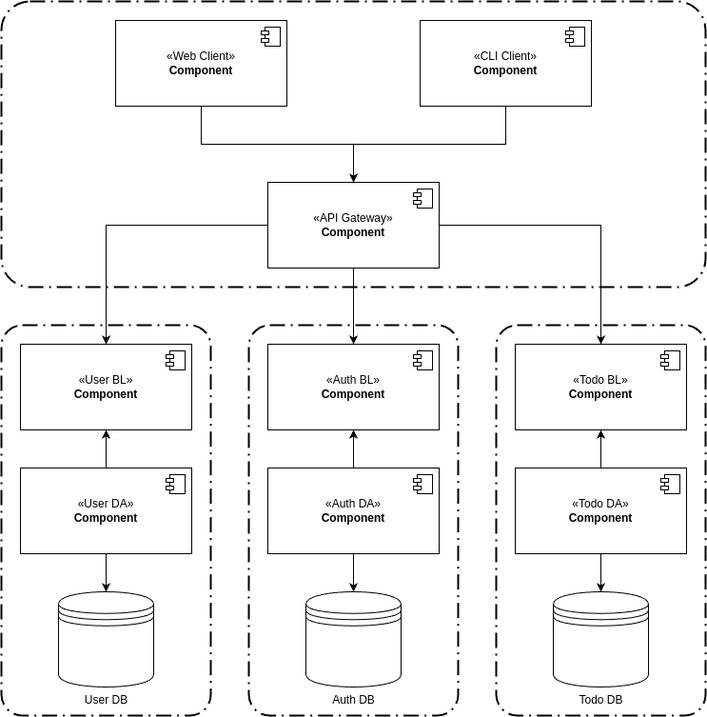
Earlier version of the draw.io export diag/components.drawio.png (runebone/testing-s7-bmstu). Source tidied: cells renumbered, new cells last; positions are measured from the earlier drawing's top-left corner, leaving out a move shared by most shapes.
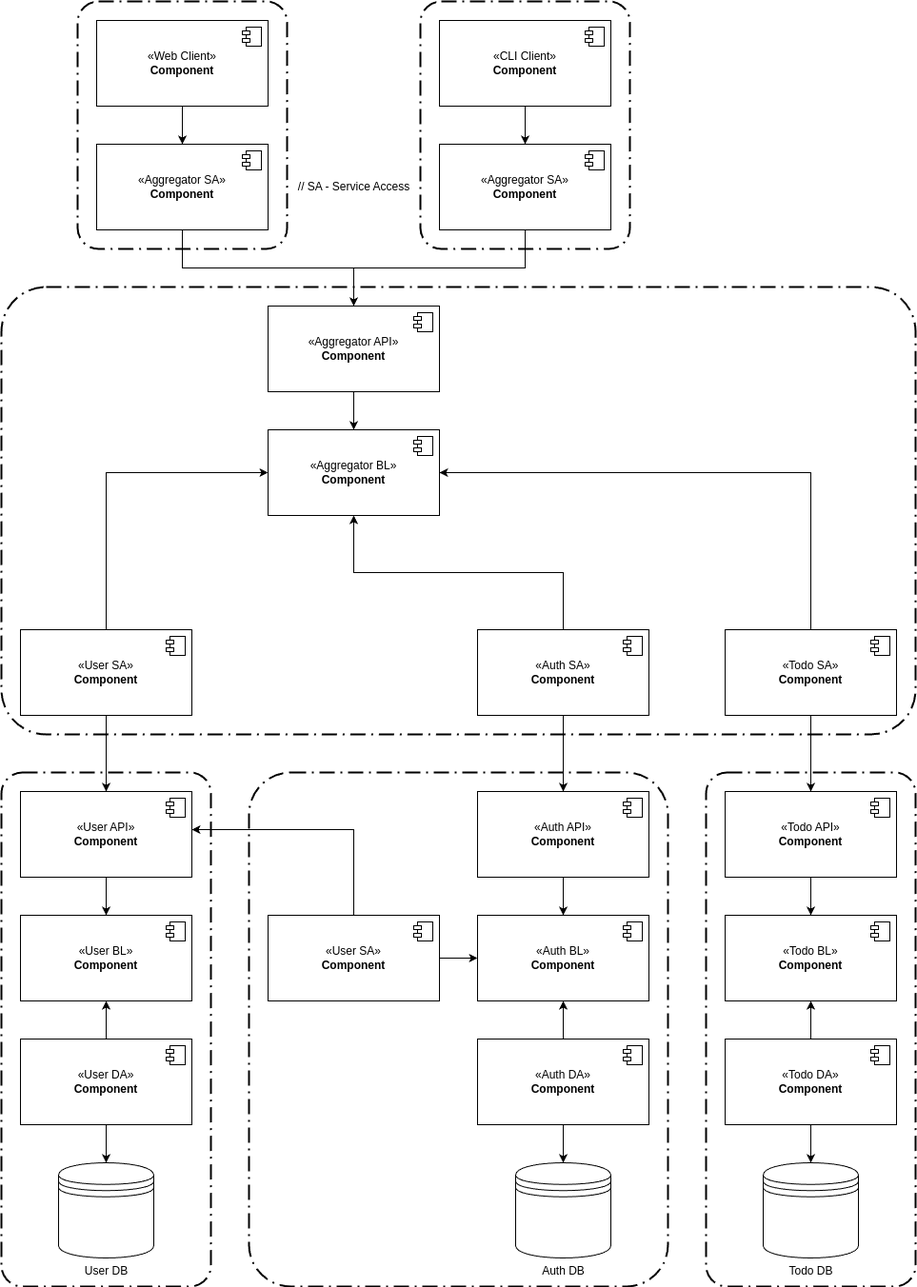
The same file after the commit.

Commit message:
lab2: update uml and components diagram

What changed in the source:
```diff
@@ -2,56 +2,56 @@
   <root>
     <mxCell id="0" />
     <mxCell id="1" parent="0" />
+    <mxCell id="37" style="rounded=1;arcSize=10;dashed=1;fillColor=none;gradientColor=none;dashPattern=8 3 1 3;strokeWidth=2;whiteSpace=wrap;html=1;" parent="1" vertex="1">
+      <mxGeometry y="-170" width="960" height="470" as="geometry" />
+    </mxCell>
     <mxCell id="2" style="rounded=1;arcSize=10;dashed=1;fillColor=none;gradientColor=none;dashPattern=8 3 1 3;strokeWidth=2;whiteSpace=wrap;html=1;" parent="1" vertex="1">
-      <mxGeometry x="520" y="340" width="220" height="410" as="geometry" />
+      <mxGeometry x="740" y="340" width="220" height="540" as="geometry" />
     </mxCell>
     <mxCell id="3" style="rounded=1;arcSize=10;dashed=1;fillColor=none;gradientColor=none;dashPattern=8 3 1 3;strokeWidth=2;whiteSpace=wrap;html=1;" parent="1" vertex="1">
-      <mxGeometry x="260" y="340" width="220" height="410" as="geometry" />
+      <mxGeometry x="260" y="340" width="440" height="540" as="geometry" />
     </mxCell>
     <mxCell id="4" style="rounded=1;arcSize=10;dashed=1;fillColor=none;gradientColor=none;dashPattern=8 3 1 3;strokeWidth=2;whiteSpace=wrap;html=1;" parent="1" vertex="1">
-      <mxGeometry y="340" width="220" height="410" as="geometry" />
+      <mxGeometry y="340" width="220" height="540" as="geometry" />
     </mxCell>
     <mxCell id="5" value="«User BL»&lt;br&gt;&lt;b&gt;Component&lt;/b&gt;" style="html=1;whiteSpace=wrap;" parent="1" vertex="1">
-      <mxGeometry x="20" y="360" width="180" height="90" as="geometry" />
+      <mxGeometry x="20" y="490" width="180" height="90" as="geometry" />
     </mxCell>
     <mxCell id="6" style="shape=module;jettyWidth=8;jettyHeight=4;" parent="5" vertex="1">
       <mxGeometry x="1" width="20" height="20" relative="1" as="geometry">
         <mxPoint x="-27" y="7" as="offset" />
       </mxGeometry>
     </mxCell>
-    <mxCell id="7" style="edgeStyle=orthogonalEdgeStyle;rounded=0;jettySize=auto;html=1;" parent="1" edge="1" source="8" target="16">
-      <mxGeometry relative="1" as="geometry" />
-    </mxCell>
+    <mxCell id="38" style="edgeStyle=orthogonalEdgeStyle;rounded=0;jettySize=auto;html=1;" parent="1" edge="1" source="8" target="68">
+      <mxGeometry relative="1" as="geometry" />
+    </mxCell>
     <mxCell id="8" value="«Web Client»&lt;br&gt;&lt;b&gt;Component&lt;/b&gt;" style="html=1;whiteSpace=wrap;" parent="1" vertex="1">
-      <mxGeometry x="120" y="20" width="180" height="90" as="geometry" />
+      <mxGeometry x="100" y="-450" width="180" height="90" as="geometry" />
     </mxCell>
     <mxCell id="9" style="shape=module;jettyWidth=8;jettyHeight=4;" parent="8" vertex="1">
       <mxGeometry x="1" width="20" height="20" relative="1" as="geometry">
         <mxPoint x="-27" y="7" as="offset" />
       </mxGeometry>
     </mxCell>
-    <mxCell id="10" style="edgeStyle=orthogonalEdgeStyle;rounded=0;jettySize=auto;html=1;" parent="1" edge="1" source="11" target="16">
-      <mxGeometry relative="1" as="geometry" />
-    </mxCell>
+    <mxCell id="39" style="edgeStyle=orthogonalEdgeStyle;rounded=0;jettySize=auto;html=1;" parent="1" edge="1" source="11" target="71">
+      <mxGeometry relative="1" as="geometry" />
+    </mxCell>
     <mxCell id="11" value="«CLI Client»&lt;br&gt;&lt;b&gt;Component&lt;/b&gt;" style="html=1;whiteSpace=wrap;" parent="1" vertex="1">
-      <mxGeometry x="440" y="20" width="180" height="90" as="geometry" />
+      <mxGeometry x="460" y="-450" width="180" height="90" as="geometry" />
     </mxCell>
     <mxCell id="12" style="shape=module;jettyWidth=8;jettyHeight=4;" parent="11" vertex="1">
       <mxGeometry x="1" width="20" height="20" relative="1" as="geometry">
         <mxPoint x="-27" y="7" as="offset" />
       </mxGeometry>
     </mxCell>
-    <mxCell id="13" style="edgeStyle=orthogonalEdgeStyle;rounded=0;jettySize=auto;html=1;" parent="1" edge="1" source="16" target="5">
+    <mxCell id="13" style="edgeStyle=orthogonalEdgeStyle;rounded=0;jettySize=auto;html=1;" parent="1" edge="1" source="55" target="42">
       <mxGeometry relative="1" as="geometry" />
     </mxCell>
-    <mxCell id="14" style="edgeStyle=orthogonalEdgeStyle;rounded=0;jettySize=auto;html=1;" parent="1" edge="1" source="16" target="19">
-      <mxGeometry relative="1" as="geometry" />
-    </mxCell>
-    <mxCell id="15" style="edgeStyle=orthogonalEdgeStyle;rounded=0;jettySize=auto;html=1;" parent="1" edge="1" source="16" target="22">
-      <mxGeometry relative="1" as="geometry" />
-    </mxCell>
+    <mxCell id="40" style="edgeStyle=orthogonalEdgeStyle;rounded=0;jettySize=auto;html=1;" parent="1" edge="1" source="16" target="53">
+      <mxGeometry relative="1" as="geometry" />
+    </mxCell>
-    <mxCell id="16" value="«API Gateway»&lt;br&gt;&lt;b&gt;Component&lt;/b&gt;" style="html=1;whiteSpace=wrap;" parent="1" vertex="1">
-      <mxGeometry x="280" y="190" width="180" height="90" as="geometry" />
+    <mxCell id="16" value="«Aggregator API»&lt;br&gt;&lt;b&gt;Component&lt;/b&gt;" style="html=1;whiteSpace=wrap;" parent="1" vertex="1">
+      <mxGeometry x="280" y="-150" width="180" height="90" as="geometry" />
     </mxCell>
     <mxCell id="17" style="shape=module;jettyWidth=8;jettyHeight=4;" parent="16" vertex="1">
       <mxGeometry x="1" width="20" height="20" relative="1" as="geometry">
@@ -59,10 +59,10 @@
       </mxGeometry>
     </mxCell>
     <mxCell id="18" value="User DB" style="shape=datastore;html=1;labelPosition=center;verticalLabelPosition=bottom;align=center;verticalAlign=top;" parent="1" vertex="1">
-      <mxGeometry x="60" y="620" width="100" height="100" as="geometry" />
+      <mxGeometry x="60" y="750" width="100" height="100" as="geometry" />
     </mxCell>
     <mxCell id="19" value="«Auth BL»&lt;br&gt;&lt;b&gt;Component&lt;/b&gt;" style="html=1;whiteSpace=wrap;" parent="1" vertex="1">
-      <mxGeometry x="280" y="360" width="180" height="90" as="geometry" />
+      <mxGeometry x="500" y="490" width="180" height="90" as="geometry" />
     </mxCell>
     <mxCell id="20" style="shape=module;jettyWidth=8;jettyHeight=4;" parent="19" vertex="1">
       <mxGeometry x="1" width="20" height="20" relative="1" as="geometry">
@@ -70,10 +70,10 @@
       </mxGeometry>
     </mxCell>
     <mxCell id="21" value="Auth DB" style="shape=datastore;html=1;labelPosition=center;verticalLabelPosition=bottom;align=center;verticalAlign=top;" parent="1" vertex="1">
-      <mxGeometry x="320" y="620" width="100" height="100" as="geometry" />
+      <mxGeometry x="540" y="750" width="100" height="100" as="geometry" />
     </mxCell>
     <mxCell id="22" value="«Todo BL»&lt;br&gt;&lt;b&gt;Component&lt;/b&gt;" style="html=1;whiteSpace=wrap;" parent="1" vertex="1">
-      <mxGeometry x="540" y="360" width="180" height="90" as="geometry" />
+      <mxGeometry x="760" y="490" width="180" height="90" as="geometry" />
     </mxCell>
     <mxCell id="23" style="shape=module;jettyWidth=8;jettyHeight=4;" parent="22" vertex="1">
       <mxGeometry x="1" width="20" height="20" relative="1" as="geometry">
@@ -81,7 +81,7 @@
       </mxGeometry>
     </mxCell>
     <mxCell id="24" value="Todo DB" style="shape=datastore;html=1;labelPosition=center;verticalLabelPosition=bottom;align=center;verticalAlign=top;" parent="1" vertex="1">
-      <mxGeometry x="580" y="620" width="100" height="100" as="geometry" />
+      <mxGeometry x="800" y="750" width="100" height="100" as="geometry" />
     </mxCell>
     <mxCell id="25" style="edgeStyle=orthogonalEdgeStyle;rounded=0;jettySize=auto;html=1;" parent="1" edge="1" source="27" target="5">
       <mxGeometry relative="1" as="geometry" />
@@ -90,7 +90,7 @@
       <mxGeometry relative="1" as="geometry" />
     </mxCell>
     <mxCell id="27" value="«User DA»&lt;br&gt;&lt;b&gt;Component&lt;/b&gt;" style="html=1;whiteSpace=wrap;" parent="1" vertex="1">
-      <mxGeometry x="20" y="490" width="180" height="90" as="geometry" />
+      <mxGeometry x="20" y="620" width="180" height="90" as="geometry" />
     </mxCell>
     <mxCell id="28" style="shape=module;jettyWidth=8;jettyHeight=4;" parent="27" vertex="1">
       <mxGeometry x="1" width="20" height="20" relative="1" as="geometry">
@@ -104,7 +104,7 @@
       <mxGeometry relative="1" as="geometry" />
     </mxCell>
     <mxCell id="31" value="«Auth DA»&lt;br&gt;&lt;b&gt;Component&lt;/b&gt;" style="html=1;whiteSpace=wrap;" parent="1" vertex="1">
-      <mxGeometry x="280" y="490" width="180" height="90" as="geometry" />
+      <mxGeometry x="500" y="620" width="180" height="90" as="geometry" />
     </mxCell>
     <mxCell id="32" style="shape=module;jettyWidth=8;jettyHeight=4;" parent="31" vertex="1">
       <mxGeometry x="1" width="20" height="20" relative="1" as="geometry">
@@ -118,15 +118,156 @@
       <mxGeometry relative="1" as="geometry" />
     </mxCell>
     <mxCell id="35" value="«Todo DA»&lt;br&gt;&lt;b&gt;Component&lt;/b&gt;" style="html=1;whiteSpace=wrap;" parent="1" vertex="1">
-      <mxGeometry x="540" y="490" width="180" height="90" as="geometry" />
+      <mxGeometry x="760" y="620" width="180" height="90" as="geometry" />
     </mxCell>
     <mxCell id="36" style="shape=module;jettyWidth=8;jettyHeight=4;" parent="35" vertex="1">
       <mxGeometry x="1" width="20" height="20" relative="1" as="geometry">
         <mxPoint x="-27" y="7" as="offset" />
       </mxGeometry>
     </mxCell>
-    <mxCell id="37" style="rounded=1;arcSize=10;dashed=1;fillColor=none;gradientColor=none;dashPattern=8 3 1 3;strokeWidth=2;whiteSpace=wrap;html=1;" parent="1" vertex="1">
-      <mxGeometry width="740" height="300" as="geometry" />
-    </mxCell>
+    <mxCell id="41" style="edgeStyle=orthogonalEdgeStyle;rounded=0;jettySize=auto;html=1;" parent="1" edge="1" source="42" target="5">
+      <mxGeometry relative="1" as="geometry" />
+    </mxCell>
+    <mxCell id="42" value="«User API»&lt;br&gt;&lt;b&gt;Component&lt;/b&gt;" style="html=1;whiteSpace=wrap;" parent="1" vertex="1">
+      <mxGeometry x="20" y="360" width="180" height="90" as="geometry" />
+    </mxCell>
+    <mxCell id="43" style="shape=module;jettyWidth=8;jettyHeight=4;" parent="42" vertex="1">
+      <mxGeometry x="1" width="20" height="20" relative="1" as="geometry">
+        <mxPoint x="-27" y="7" as="offset" />
+      </mxGeometry>
+    </mxCell>
+    <mxCell id="44" style="edgeStyle=orthogonalEdgeStyle;rounded=0;jettySize=auto;html=1;" parent="1" edge="1" source="45" target="19">
+      <mxGeometry relative="1" as="geometry" />
+    </mxCell>
+    <mxCell id="45" value="«Auth API»&lt;br&gt;&lt;b&gt;Component&lt;/b&gt;" style="html=1;whiteSpace=wrap;" parent="1" vertex="1">
+      <mxGeometry x="500" y="360" width="180" height="90" as="geometry" />
+    </mxCell>
+    <mxCell id="46" style="shape=module;jettyWidth=8;jettyHeight=4;" parent="45" vertex="1">
+      <mxGeometry x="1" width="20" height="20" relative="1" as="geometry">
+        <mxPoint x="-27" y="7" as="offset" />
+      </mxGeometry>
+    </mxCell>
+    <mxCell id="47" style="edgeStyle=orthogonalEdgeStyle;rounded=0;jettySize=auto;html=1;" parent="1" edge="1" source="48" target="22">
+      <mxGeometry relative="1" as="geometry" />
+    </mxCell>
+    <mxCell id="48" value="«Todo API»&lt;br&gt;&lt;b&gt;Component&lt;/b&gt;" style="html=1;whiteSpace=wrap;" parent="1" vertex="1">
+      <mxGeometry x="760" y="360" width="180" height="90" as="geometry" />
+    </mxCell>
+    <mxCell id="49" style="shape=module;jettyWidth=8;jettyHeight=4;" parent="48" vertex="1">
+      <mxGeometry x="1" width="20" height="20" relative="1" as="geometry">
+        <mxPoint x="-27" y="7" as="offset" />
+      </mxGeometry>
+    </mxCell>
+    <mxCell id="50" style="edgeStyle=orthogonalEdgeStyle;rounded=0;jettySize=auto;html=1;startArrow=classic;startFill=1;endArrow=none;endFill=0;" parent="1" edge="1" source="53" target="55">
+      <mxGeometry relative="1" as="geometry" />
+    </mxCell>
+    <mxCell id="51" style="edgeStyle=orthogonalEdgeStyle;rounded=0;jettySize=auto;html=1;startArrow=classic;startFill=1;endArrow=none;endFill=0;" parent="1" edge="1" source="53" target="58">
+      <mxGeometry relative="1" as="geometry">
+        <Array as="points">
+          <mxPoint x="370" y="130" />
+          <mxPoint x="590" y="130" />
+        </Array>
+      </mxGeometry>
+    </mxCell>
+    <mxCell id="52" style="edgeStyle=orthogonalEdgeStyle;rounded=0;jettySize=auto;html=1;startArrow=classic;startFill=1;endArrow=none;endFill=0;" parent="1" edge="1" source="53" target="61">
+      <mxGeometry relative="1" as="geometry" />
+    </mxCell>
+    <mxCell id="53" value="«Aggregator BL»&lt;br&gt;&lt;b&gt;Component&lt;/b&gt;" style="html=1;whiteSpace=wrap;" parent="1" vertex="1">
+      <mxGeometry x="280" y="-20" width="180" height="90" as="geometry" />
+    </mxCell>
+    <mxCell id="54" style="shape=module;jettyWidth=8;jettyHeight=4;" parent="53" vertex="1">
+      <mxGeometry x="1" width="20" height="20" relative="1" as="geometry">
+        <mxPoint x="-27" y="7" as="offset" />
+      </mxGeometry>
+    </mxCell>
+    <mxCell id="55" value="«User SA»&lt;br&gt;&lt;b&gt;Component&lt;/b&gt;" style="html=1;whiteSpace=wrap;" parent="1" vertex="1">
+      <mxGeometry x="20" y="190" width="180" height="90" as="geometry" />
+    </mxCell>
+    <mxCell id="56" style="shape=module;jettyWidth=8;jettyHeight=4;" parent="55" vertex="1">
+      <mxGeometry x="1" width="20" height="20" relative="1" as="geometry">
+        <mxPoint x="-27" y="7" as="offset" />
+      </mxGeometry>
+    </mxCell>
+    <mxCell id="57" style="edgeStyle=orthogonalEdgeStyle;rounded=0;jettySize=auto;html=1;" parent="1" edge="1" source="58" target="45">
+      <mxGeometry relative="1" as="geometry" />
+    </mxCell>
+    <mxCell id="58" value="«Auth SA»&lt;br&gt;&lt;b&gt;Component&lt;/b&gt;" style="html=1;whiteSpace=wrap;" parent="1" vertex="1">
+      <mxGeometry x="500" y="190" width="180" height="90" as="geometry" />
+    </mxCell>
+    <mxCell id="59" style="shape=module;jettyWidth=8;jettyHeight=4;" parent="58" vertex="1">
+      <mxGeometry x="1" width="20" height="20" relative="1" as="geometry">
+        <mxPoint x="-27" y="7" as="offset" />
+      </mxGeometry>
+    </mxCell>
+    <mxCell id="60" style="edgeStyle=orthogonalEdgeStyle;rounded=0;jettySize=auto;html=1;" parent="1" edge="1" source="61" target="48">
+      <mxGeometry relative="1" as="geometry" />
+    </mxCell>
+    <mxCell id="61" value="«Todo SA»&lt;br&gt;&lt;b&gt;Component&lt;/b&gt;" style="html=1;whiteSpace=wrap;" parent="1" vertex="1">
+      <mxGeometry x="760" y="190" width="180" height="90" as="geometry" />
+    </mxCell>
+    <mxCell id="62" style="shape=module;jettyWidth=8;jettyHeight=4;" parent="61" vertex="1">
+      <mxGeometry x="1" width="20" height="20" relative="1" as="geometry">
+        <mxPoint x="-27" y="7" as="offset" />
+      </mxGeometry>
+    </mxCell>
+    <mxCell id="63" style="edgeStyle=orthogonalEdgeStyle;rounded=0;jettySize=auto;html=1;" parent="1" edge="1" source="65" target="19">
+      <mxGeometry relative="1" as="geometry" />
+    </mxCell>
+    <mxCell id="64" style="edgeStyle=orthogonalEdgeStyle;rounded=0;jettySize=auto;html=1;" parent="1" edge="1" source="65" target="42">
+      <mxGeometry relative="1" as="geometry">
+        <Array as="points">
+          <mxPoint x="370" y="400" />
+        </Array>
+      </mxGeometry>
+    </mxCell>
+    <mxCell id="65" value="«User SA»&lt;br&gt;&lt;b&gt;Component&lt;/b&gt;" style="html=1;whiteSpace=wrap;" parent="1" vertex="1">
+      <mxGeometry x="280" y="490" width="180" height="90" as="geometry" />
+    </mxCell>
+    <mxCell id="66" style="shape=module;jettyWidth=8;jettyHeight=4;" parent="65" vertex="1">
+      <mxGeometry x="1" width="20" height="20" relative="1" as="geometry">
+        <mxPoint x="-27" y="7" as="offset" />
+      </mxGeometry>
+    </mxCell>
+    <mxCell id="67" style="edgeStyle=orthogonalEdgeStyle;rounded=0;jettySize=auto;html=1;" parent="1" edge="1" source="68" target="16">
+      <mxGeometry relative="1" as="geometry">
+        <Array as="points">
+          <mxPoint x="190" y="-190" />
+          <mxPoint x="370" y="-190" />
+        </Array>
+      </mxGeometry>
+    </mxCell>
+    <mxCell id="68" value="«Aggregator SA»&lt;br&gt;&lt;b&gt;Component&lt;/b&gt;" style="html=1;whiteSpace=wrap;" parent="1" vertex="1">
+      <mxGeometry x="100" y="-320" width="180" height="90" as="geometry" />
+    </mxCell>
+    <mxCell id="69" style="shape=module;jettyWidth=8;jettyHeight=4;" parent="68" vertex="1">
+      <mxGeometry x="1" width="20" height="20" relative="1" as="geometry">
+        <mxPoint x="-27" y="7" as="offset" />
+      </mxGeometry>
+    </mxCell>
+    <mxCell id="70" style="edgeStyle=orthogonalEdgeStyle;rounded=0;jettySize=auto;html=1;" parent="1" edge="1" source="71" target="16">
+      <mxGeometry relative="1" as="geometry">
+        <Array as="points">
+          <mxPoint x="550" y="-190" />
+          <mxPoint x="370" y="-190" />
+        </Array>
+      </mxGeometry>
+    </mxCell>
+    <mxCell id="71" value="«Aggregator SA»&lt;br&gt;&lt;b&gt;Component&lt;/b&gt;" style="html=1;whiteSpace=wrap;" parent="1" vertex="1">
+      <mxGeometry x="460" y="-320" width="180" height="90" as="geometry" />
+    </mxCell>
+    <mxCell id="72" style="shape=module;jettyWidth=8;jettyHeight=4;" parent="71" vertex="1">
+      <mxGeometry x="1" width="20" height="20" relative="1" as="geometry">
+        <mxPoint x="-27" y="7" as="offset" />
+      </mxGeometry>
+    </mxCell>
+    <mxCell id="73" style="rounded=1;arcSize=10;dashed=1;fillColor=none;gradientColor=none;dashPattern=8 3 1 3;strokeWidth=2;whiteSpace=wrap;html=1;" parent="1" vertex="1">
+      <mxGeometry x="80" y="-470" width="220" height="260" as="geometry" />
+    </mxCell>
+    <mxCell id="74" style="rounded=1;arcSize=10;dashed=1;fillColor=none;gradientColor=none;dashPattern=8 3 1 3;strokeWidth=2;whiteSpace=wrap;html=1;" parent="1" vertex="1">
+      <mxGeometry x="440" y="-470" width="220" height="260" as="geometry" />
+    </mxCell>
+    <mxCell id="75" value="// SA - Service Access" style="text;html=1;align=center;verticalAlign=middle;strokeColor=none;fillColor=none;" parent="1" vertex="1">
+      <mxGeometry x="300" y="-290" width="140" height="30" as="geometry" />
+    </mxCell>
   </root>
 </mxGraphModel>
```
